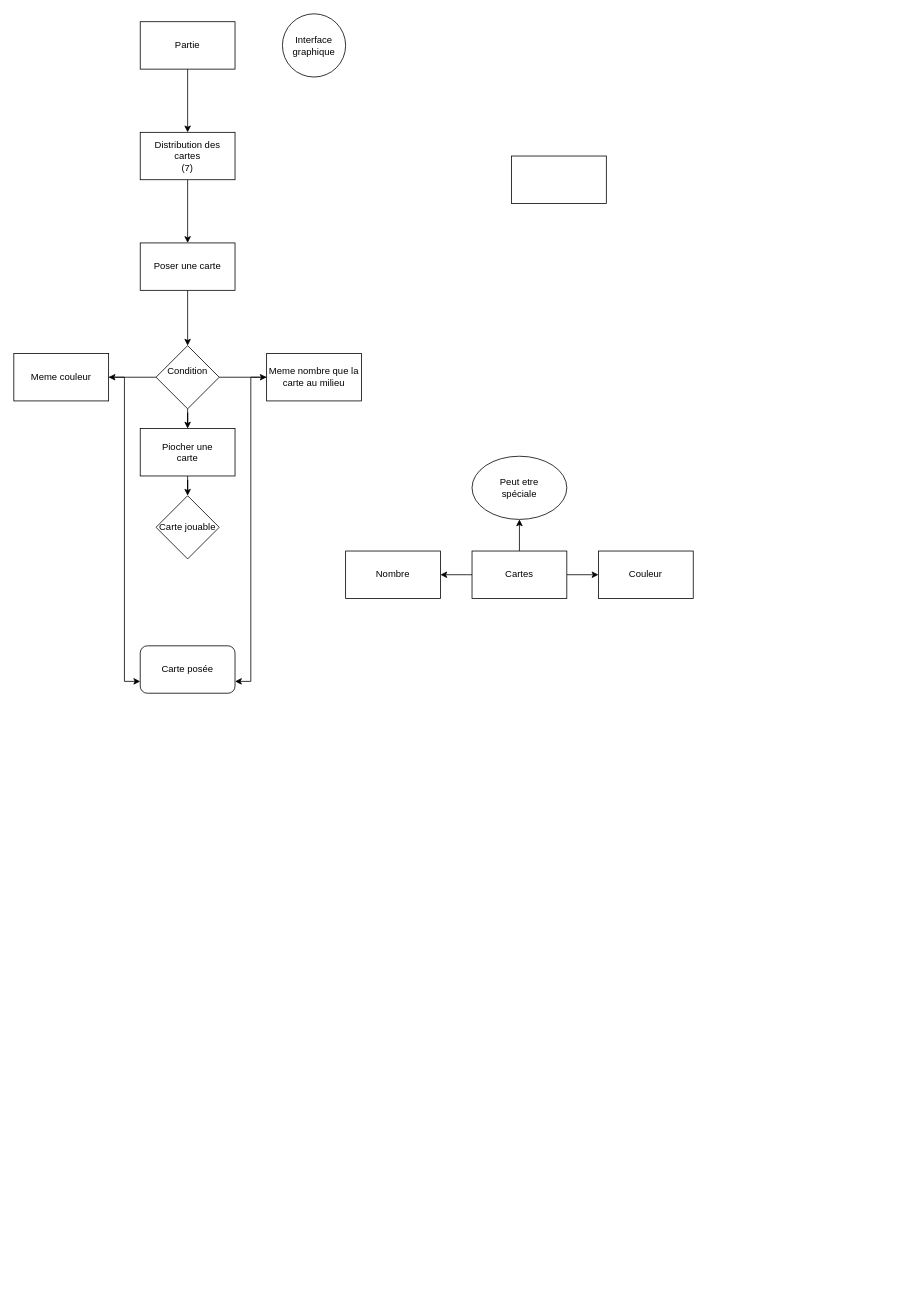
The draw.io diagram page "Page-1" (1 of 2) of uno_proyect.drawio in Nooguat/odin, before the edit. Source tidied: cells renumbered, new cells numbered last; positions are measured from the earlier drawing's top-left corner, leaving out a move shared by most shapes. Both pictures are drawn from the tidied source at 79%, with x=0, y=0 at pixel (13, 13).
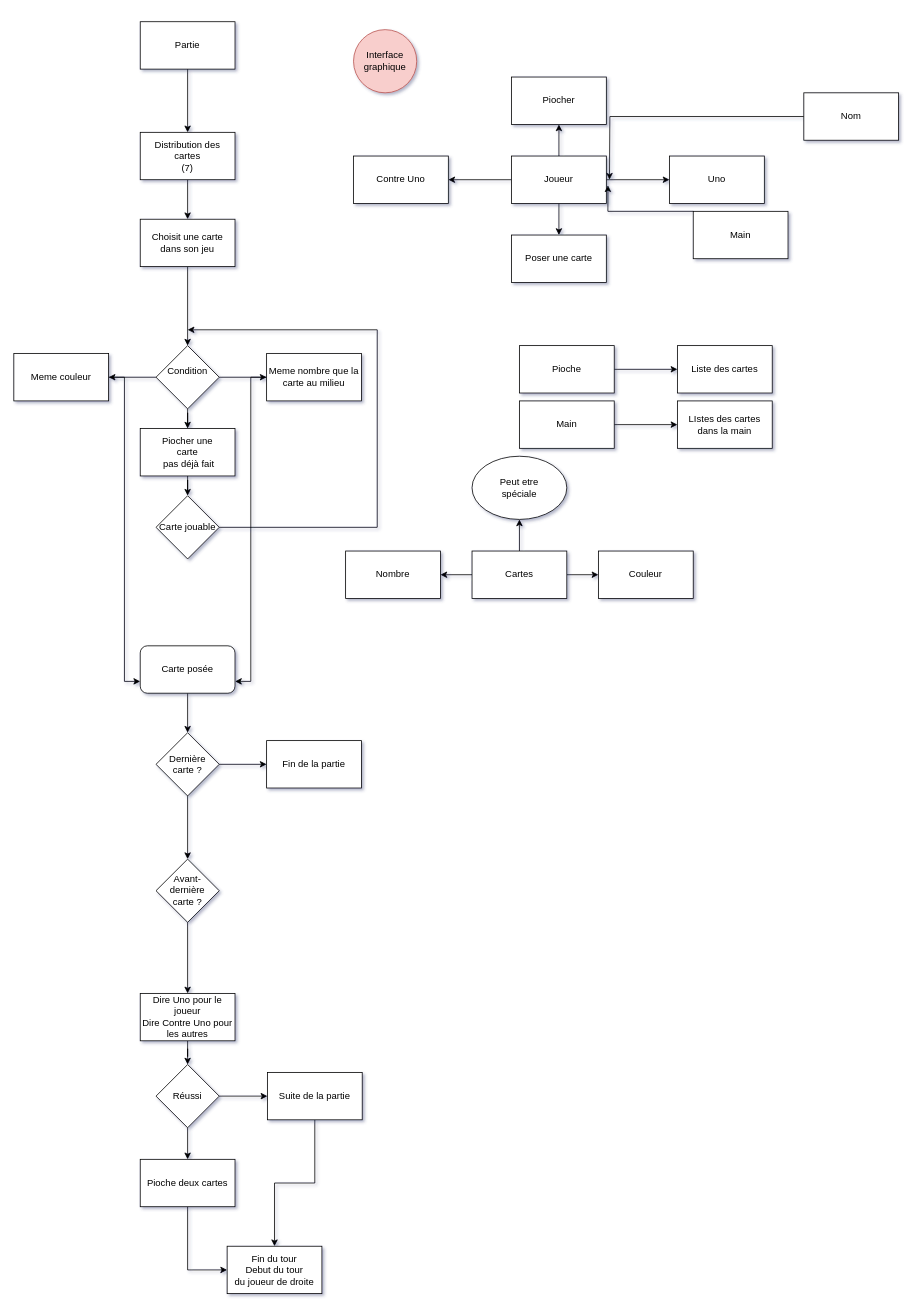
Above is the later version.

The change refers to these unchanged cells:
```xml
<mxCell id="21" value="Carte posée" style="rounded=1;whiteSpace=wrap;html=1;" parent="1" vertex="1">
  <mxGeometry x="160" y="800" width="120" height="60" as="geometry" />
</mxCell>
<mxCell id="24" value="Carte jouable" style="rhombus;whiteSpace=wrap;html=1;rounded=0;" parent="1" vertex="1">
  <mxGeometry x="180" y="610" width="80" height="80" as="geometry" />
</mxCell>
```

What changed in the source:
```diff
@@
-<mxGraphModel>
+<mxGraphModel shadow="1">
@@
-    <mxCell id="6" value="&lt;div&gt;Interface graphique&lt;/div&gt;" style="ellipse;whiteSpace=wrap;html=1;" parent="1" vertex="1">
-      <mxGeometry x="340" width="80" height="80" as="geometry" />
+    <mxCell id="6" value="&lt;div&gt;Interface graphique&lt;/div&gt;" style="ellipse;whiteSpace=wrap;html=1;fillColor=#f8cecc;strokeColor=#b85450;" parent="1" vertex="1">
+      <mxGeometry x="430" y="20" width="80" height="80" as="geometry" />
     </mxCell>
@@
-    <mxCell id="12" value="Poser une carte" style="whiteSpace=wrap;html=1;rounded=0;" parent="1" vertex="1">
-      <mxGeometry x="160" y="290" width="120" height="60" as="geometry" />
+    <mxCell id="12" value="&lt;div&gt;Choisit une carte&lt;/div&gt;&lt;div&gt;dans son jeu&lt;br&gt;&lt;/div&gt;" style="whiteSpace=wrap;html=1;rounded=0;" parent="1" vertex="1">
+      <mxGeometry x="160" y="260" width="120" height="60" as="geometry" />
     </mxCell>
@@
+    <mxCell id="29" style="edgeStyle=orthogonalEdgeStyle;rounded=0;jettySize=auto;html=1;" parent="1" edge="1" source="21">
+      <mxGeometry relative="1" as="geometry">
+        <mxPoint x="220" y="910" as="targetPoint" />
+        <Array as="points">
+          <mxPoint x="220" y="880" />
+          <mxPoint x="220" y="880" />
+        </Array>
+      </mxGeometry>
+    </mxCell>
@@
-    <mxCell id="23" value="&lt;div&gt;Piocher une &lt;br&gt;&lt;/div&gt;&lt;div&gt;carte&lt;br&gt;&lt;/div&gt;" style="rounded=0;whiteSpace=wrap;html=1;" parent="1" vertex="1">
+    <mxCell id="23" value="&lt;div&gt;Piocher une &lt;br&gt;&lt;/div&gt;&lt;div&gt;carte&lt;br&gt;&lt;/div&gt;&amp;nbsp;pas déjà fait" style="rounded=0;whiteSpace=wrap;html=1;" parent="1" vertex="1">
       <mxGeometry x="160" y="525" width="120" height="60" as="geometry" />
     </mxCell>
+    <mxCell id="30" style="edgeStyle=orthogonalEdgeStyle;rounded=0;jettySize=auto;html=1;" parent="1" edge="1" source="24">
+      <mxGeometry relative="1" as="geometry">
+        <mxPoint x="220" y="400" as="targetPoint" />
+        <Array as="points">
+          <mxPoint x="460" y="650" />
+          <mxPoint x="460" y="400" />
+        </Array>
+      </mxGeometry>
+    </mxCell>
@@
+    <mxCell id="31" style="edgeStyle=orthogonalEdgeStyle;rounded=0;jettySize=auto;html=1;" parent="1" edge="1" source="28" target="35">
+      <mxGeometry relative="1" as="geometry" />
+    </mxCell>
+    <mxCell id="32" style="edgeStyle=orthogonalEdgeStyle;rounded=0;jettySize=auto;html=1;" parent="1" edge="1" source="28" target="36">
+      <mxGeometry relative="1" as="geometry" />
+    </mxCell>
+    <mxCell id="33" style="edgeStyle=orthogonalEdgeStyle;rounded=0;jettySize=auto;html=1;" parent="1" edge="1" source="28" target="37">
+      <mxGeometry relative="1" as="geometry" />
+    </mxCell>
+    <mxCell id="34" style="edgeStyle=orthogonalEdgeStyle;rounded=0;jettySize=auto;html=1;" parent="1" edge="1" source="28" target="38">
+      <mxGeometry relative="1" as="geometry" />
+    </mxCell>
-    <mxCell id="28" style="rounded=0;whiteSpace=wrap;html=1;" parent="1" vertex="1">
+    <mxCell id="28" value="&lt;div&gt;Joueur&lt;/div&gt;" style="rounded=0;whiteSpace=wrap;html=1;" parent="1" vertex="1">
       <mxGeometry x="630" y="180" width="120" height="60" as="geometry" />
     </mxCell>
+    <mxCell id="35" value="&lt;div&gt;Poser une carte&lt;/div&gt;" style="whiteSpace=wrap;html=1;rounded=0;" parent="1" vertex="1">
+      <mxGeometry x="630" y="280" width="120" height="60" as="geometry" />
+    </mxCell>
+    <mxCell id="36" value="Piocher" style="whiteSpace=wrap;html=1;rounded=0;" parent="1" vertex="1">
+      <mxGeometry x="630" y="80" width="120" height="60" as="geometry" />
+    </mxCell>
+    <mxCell id="37" value="Uno" style="whiteSpace=wrap;html=1;rounded=0;" parent="1" vertex="1">
+      <mxGeometry x="830" y="180" width="120" height="60" as="geometry" />
+    </mxCell>
+    <mxCell id="38" value="Contre Uno" style="whiteSpace=wrap;html=1;rounded=0;" parent="1" vertex="1">
+      <mxGeometry x="430" y="180" width="120" height="60" as="geometry" />
+    </mxCell>
+    <mxCell id="39" style="edgeStyle=orthogonalEdgeStyle;rounded=0;jettySize=auto;html=1;" parent="1" edge="1" source="40" target="41">
+      <mxGeometry relative="1" as="geometry" />
+    </mxCell>
+    <mxCell id="40" value="Pioche" style="rounded=0;whiteSpace=wrap;html=1;" parent="1" vertex="1">
+      <mxGeometry x="640" y="420" width="120" height="60" as="geometry" />
+    </mxCell>
+    <mxCell id="41" value="&lt;div&gt;Liste des cartes&lt;/div&gt;" style="whiteSpace=wrap;html=1;rounded=0;" parent="1" vertex="1">
+      <mxGeometry x="840" y="420" width="120" height="60" as="geometry" />
+    </mxCell>
+    <mxCell id="42" style="edgeStyle=orthogonalEdgeStyle;rounded=0;jettySize=auto;html=1;" parent="1" edge="1" source="44" target="45">
+      <mxGeometry relative="1" as="geometry" />
+    </mxCell>
+    <mxCell id="43" style="edgeStyle=orthogonalEdgeStyle;rounded=0;jettySize=auto;html=1;" parent="1" edge="1" source="44" target="47">
+      <mxGeometry relative="1" as="geometry" />
+    </mxCell>
+    <mxCell id="44" value="&lt;div&gt;Dernière &lt;br&gt;&lt;/div&gt;&lt;div&gt;carte ?&lt;br&gt;&lt;/div&gt;" style="rhombus;whiteSpace=wrap;html=1;" parent="1" vertex="1">
+      <mxGeometry x="180" y="910" width="80" height="80" as="geometry" />
+    </mxCell>
+    <mxCell id="45" value="Fin de la partie" style="whiteSpace=wrap;html=1;" parent="1" vertex="1">
+      <mxGeometry x="320" y="920" width="120" height="60" as="geometry" />
+    </mxCell>
+    <mxCell id="46" style="edgeStyle=orthogonalEdgeStyle;rounded=0;jettySize=auto;html=1;" parent="1" edge="1" source="47" target="49">
+      <mxGeometry relative="1" as="geometry" />
+    </mxCell>
+    <mxCell id="47" value="&lt;div&gt;Avant-dernière&lt;/div&gt;&lt;div&gt;carte ?&lt;/div&gt;" style="rhombus;whiteSpace=wrap;html=1;" parent="1" vertex="1">
+      <mxGeometry x="180" y="1070" width="80" height="80" as="geometry" />
+    </mxCell>
+    <mxCell id="48" style="edgeStyle=orthogonalEdgeStyle;rounded=0;jettySize=auto;html=1;" parent="1" edge="1" source="49" target="52">
+      <mxGeometry relative="1" as="geometry" />
+    </mxCell>
+    <mxCell id="49" value="&lt;div&gt;Dire Uno pour le joueur&lt;/div&gt;&lt;div&gt;Dire Contre Uno pour &lt;br&gt;&lt;/div&gt;&lt;div&gt;les autres&lt;/div&gt;" style="whiteSpace=wrap;html=1;" parent="1" vertex="1">
+      <mxGeometry x="160" y="1240" width="120" height="60" as="geometry" />
+    </mxCell>
+    <mxCell id="50" style="edgeStyle=orthogonalEdgeStyle;rounded=0;jettySize=auto;html=1;" parent="1" edge="1" source="52" target="54">
+      <mxGeometry relative="1" as="geometry" />
+    </mxCell>
+    <mxCell id="51" style="edgeStyle=orthogonalEdgeStyle;rounded=0;jettySize=auto;html=1;" parent="1" edge="1" source="52" target="56">
+      <mxGeometry relative="1" as="geometry" />
+    </mxCell>
+    <mxCell id="52" value="Réussi" style="rhombus;whiteSpace=wrap;html=1;" parent="1" vertex="1">
+      <mxGeometry x="180" y="1330" width="80" height="80" as="geometry" />
+    </mxCell>
+    <mxCell id="53" style="edgeStyle=orthogonalEdgeStyle;rounded=0;jettySize=auto;html=1;" parent="1" edge="1" source="54" target="57">
+      <mxGeometry relative="1" as="geometry" />
+    </mxCell>
+    <mxCell id="54" value="Suite de la partie" style="whiteSpace=wrap;html=1;" parent="1" vertex="1">
+      <mxGeometry x="321" y="1340" width="120" height="60" as="geometry" />
+    </mxCell>
+    <mxCell id="55" style="edgeStyle=orthogonalEdgeStyle;rounded=0;jettySize=auto;html=1;entryX=0;entryY=0.5;entryDx=0;entryDy=0;" parent="1" edge="1" source="56" target="57">
+      <mxGeometry relative="1" as="geometry" />
+    </mxCell>
+    <mxCell id="56" value="Pioche deux cartes" style="whiteSpace=wrap;html=1;" parent="1" vertex="1">
+      <mxGeometry x="160" y="1450" width="120" height="60" as="geometry" />
+    </mxCell>
+    <mxCell id="57" value="&lt;div&gt;Fin du tour&lt;/div&gt;&lt;div&gt;Debut du tour &lt;br&gt;&lt;/div&gt;&lt;div&gt;du joueur de droite&lt;br&gt;&lt;/div&gt;" style="rounded=0;whiteSpace=wrap;html=1;" parent="1" vertex="1">
+      <mxGeometry x="270" y="1560" width="120" height="60" as="geometry" />
+    </mxCell>
+    <mxCell id="58" style="edgeStyle=orthogonalEdgeStyle;rounded=0;jettySize=auto;html=1;" parent="1" edge="1" source="59">
+      <mxGeometry relative="1" as="geometry">
+        <mxPoint x="754" y="210" as="targetPoint" />
+      </mxGeometry>
+    </mxCell>
+    <mxCell id="59" value="&lt;div&gt;Nom&lt;/div&gt;" style="rounded=0;whiteSpace=wrap;html=1;" parent="1" vertex="1">
+      <mxGeometry x="1000" y="100" width="120" height="60" as="geometry" />
+    </mxCell>
+    <mxCell id="60" style="edgeStyle=orthogonalEdgeStyle;rounded=0;jettySize=auto;html=1;entryX=1.017;entryY=0.617;entryDx=0;entryDy=0;entryPerimeter=0;" parent="1" edge="1" source="61" target="28">
+      <mxGeometry relative="1" as="geometry">
+        <Array as="points">
+          <mxPoint x="920" y="250" />
+          <mxPoint x="752" y="250" />
+        </Array>
+      </mxGeometry>
+    </mxCell>
+    <mxCell id="61" value="Main" style="rounded=0;whiteSpace=wrap;html=1;" parent="1" vertex="1">
+      <mxGeometry x="860" y="250" width="120" height="60" as="geometry" />
+    </mxCell>
+    <mxCell id="62" style="edgeStyle=orthogonalEdgeStyle;rounded=0;jettySize=auto;html=1;" parent="1" edge="1" source="63" target="64">
+      <mxGeometry relative="1" as="geometry" />
+    </mxCell>
+    <mxCell id="63" value="Main" style="rounded=0;whiteSpace=wrap;html=1;" parent="1" vertex="1">
+      <mxGeometry x="640" y="490" width="120" height="60" as="geometry" />
+    </mxCell>
+    <mxCell id="64" value="&lt;div&gt;LIstes des cartes &lt;br&gt;&lt;/div&gt;&lt;div&gt;dans la main&lt;br&gt;&lt;/div&gt;" style="whiteSpace=wrap;html=1;rounded=0;" parent="1" vertex="1">
+      <mxGeometry x="840" y="490" width="120" height="60" as="geometry" />
+    </mxCell>
```
